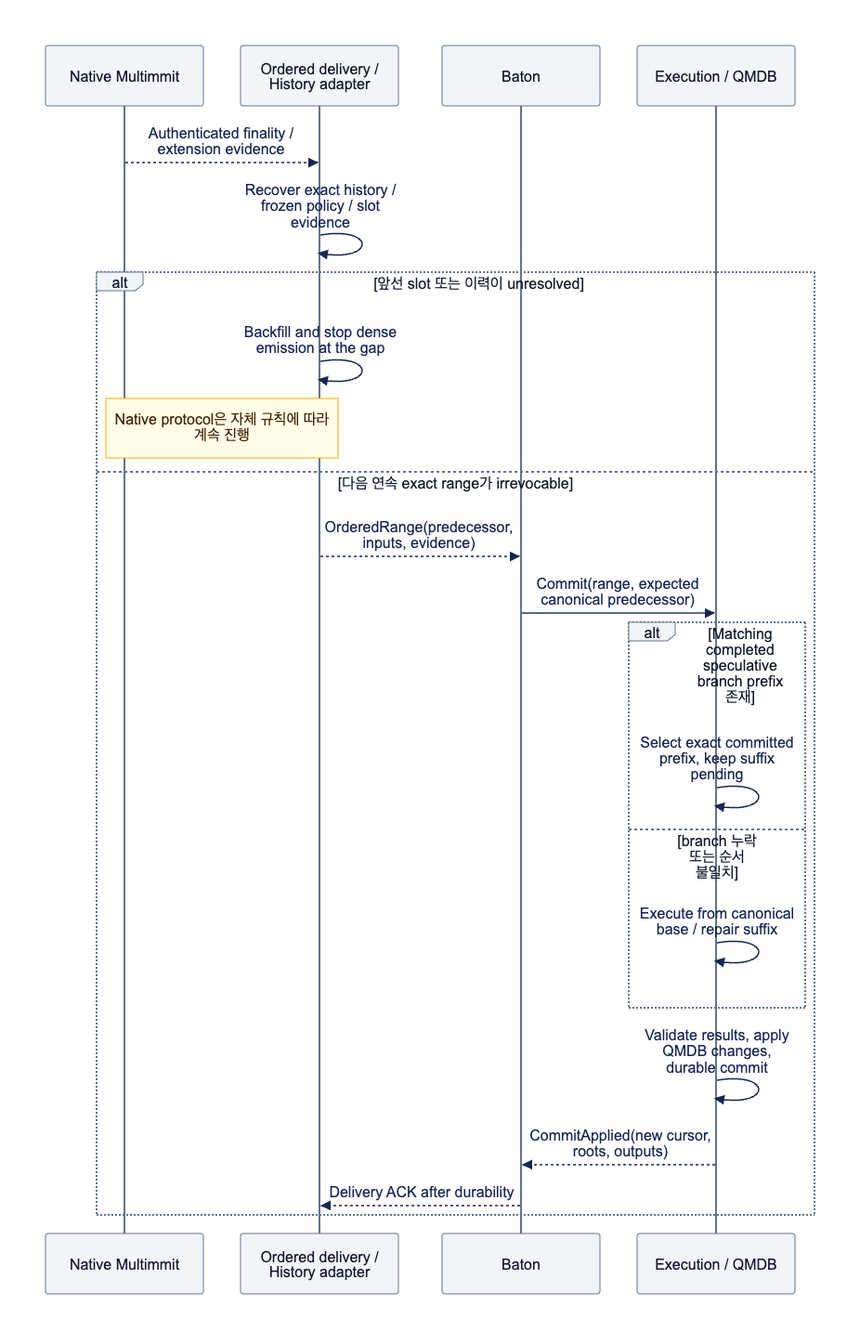
Above: assets/diagrams/diagram-08.png in djm07073/baton-research (Mermaid), before the change. Its source is kept beside it as assets/diagrams/diagram-08.mmd.
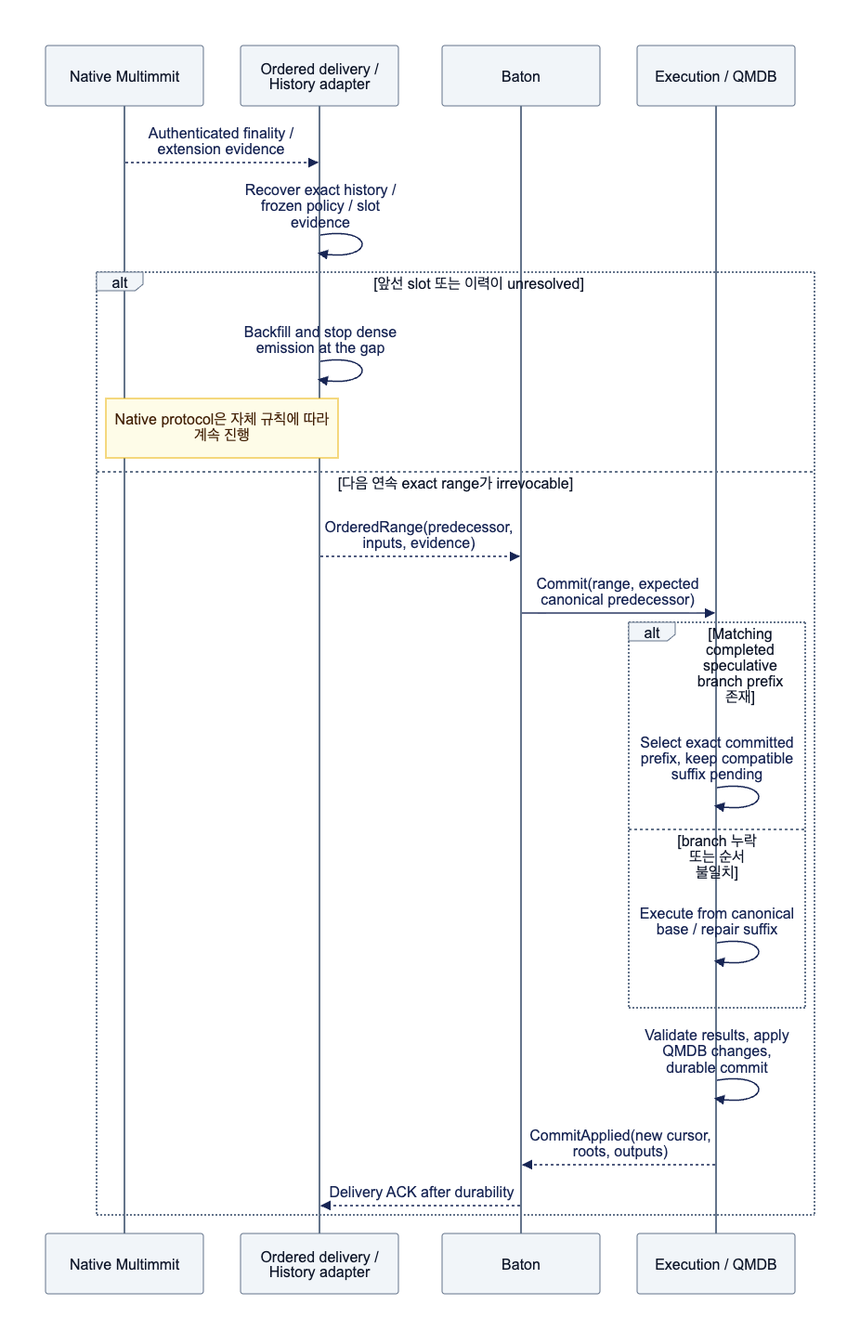
After the commit.

Change to the diagram source:
```diff
@@ -12,7 +12,7 @@
         M-->>B: OrderedRange(predecessor, inputs, evidence)
         B->>E: Commit(range, expected canonical predecessor)
         alt Matching completed speculative branch prefix 존재
-            E->>E: Select exact committed prefix, keep suffix pending
+            E->>E: Select exact committed prefix, keep compatible suffix pending
         else branch 누락 또는 순서 불일치
             E->>E: Execute from canonical base / repair suffix
         end
```
